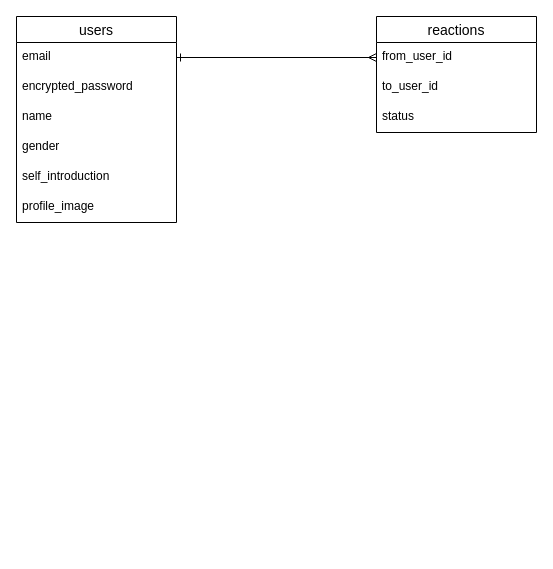
yukki373/match keeps this draw.io diagram as match.dio. Above is the earlier version. Source tidied: cells renumbered, new cells numbered last; positions are measured from the earlier drawing's top-left corner, leaving out a move shared by most shapes. Both pictures are drawn from the tidied source at 100%, with x=0, y=0 at pixel (16, 16).
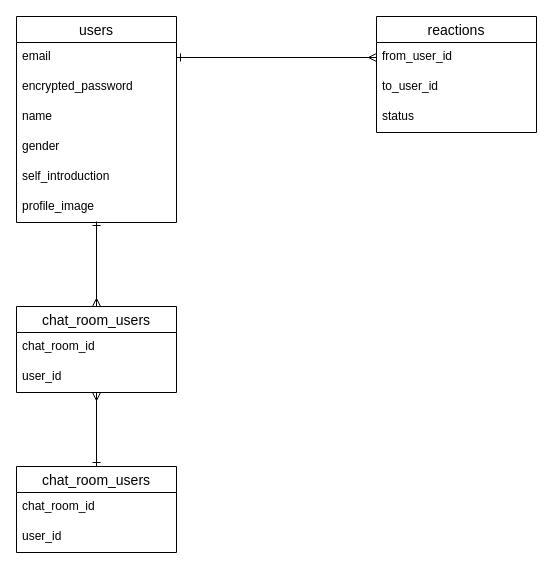
The same diagram, later.

Unchanged cells that the change refers to:
```xml
<mxCell id="8" value="profile_image" style="text;strokeColor=none;fillColor=none;spacingLeft=4;spacingRight=4;overflow=hidden;points=[[0,0.5],[1,0.5]];portConstraint=eastwest;fontSize=12;" parent="2" vertex="1">
  <mxGeometry y="176" width="160" height="30" as="geometry" />
</mxCell>
```

Change to the diagram source:
```diff
@@
+    <mxCell id="14" style="edgeStyle=orthogonalEdgeStyle;rounded=0;jettySize=auto;html=1;entryX=0.5;entryY=0.967;entryDx=0;entryDy=0;entryPerimeter=0;endArrow=ERone;endFill=0;startArrow=ERmany;startFill=0;" parent="1" edge="1" source="16" target="8">
+      <mxGeometry relative="1" as="geometry" />
+    </mxCell>
+    <mxCell id="15" style="edgeStyle=orthogonalEdgeStyle;rounded=0;jettySize=auto;html=1;endArrow=ERone;endFill=0;startArrow=ERmany;startFill=0;" parent="1" edge="1" source="16" target="19">
+      <mxGeometry relative="1" as="geometry" />
+    </mxCell>
+    <mxCell id="16" value="chat_room_users" style="swimlane;fontStyle=0;horizontal=1;startSize=26;align=center;fontSize=14;" parent="1" vertex="1">
+      <mxGeometry y="290" width="160" height="86" as="geometry" />
+    </mxCell>
+    <mxCell id="17" value="chat_room_id" style="text;strokeColor=none;fillColor=none;spacingLeft=4;spacingRight=4;overflow=hidden;fontSize=12;" parent="16" vertex="1">
+      <mxGeometry y="26" width="160" height="30" as="geometry" />
+    </mxCell>
+    <mxCell id="18" value="user_id" style="text;strokeColor=none;fillColor=none;spacingLeft=4;spacingRight=4;overflow=hidden;fontSize=12;" parent="16" vertex="1">
+      <mxGeometry y="56" width="160" height="30" as="geometry" />
+    </mxCell>
+    <mxCell id="19" value="chat_room_users" style="swimlane;fontStyle=0;horizontal=1;startSize=26;align=center;fontSize=14;" parent="1" vertex="1">
+      <mxGeometry y="450" width="160" height="86" as="geometry" />
+    </mxCell>
+    <mxCell id="20" value="chat_room_id" style="text;strokeColor=none;fillColor=none;spacingLeft=4;spacingRight=4;overflow=hidden;fontSize=12;" parent="19" vertex="1">
+      <mxGeometry y="26" width="160" height="30" as="geometry" />
+    </mxCell>
+    <mxCell id="21" value="user_id" style="text;strokeColor=none;fillColor=none;spacingLeft=4;spacingRight=4;overflow=hidden;fontSize=12;" parent="19" vertex="1">
+      <mxGeometry y="56" width="160" height="30" as="geometry" />
+    </mxCell>
```
